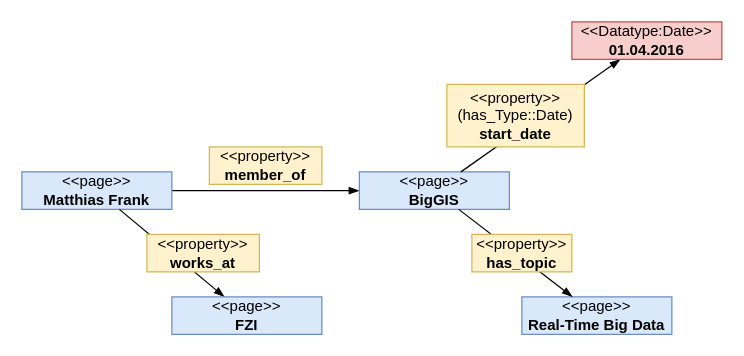
Earlier version of the draw.io diagram smw/skript/drawings/data_model_w_stereotypes.drawio (StefanZander/lecture_notes). Source tidied: cells renumbered, new cells numbered last; positions are measured from the earlier drawing's top-left corner, leaving out a move shared by most shapes. Both pictures are drawn from the tidied source at 125%, with x=0, y=0 at pixel (21, 21).
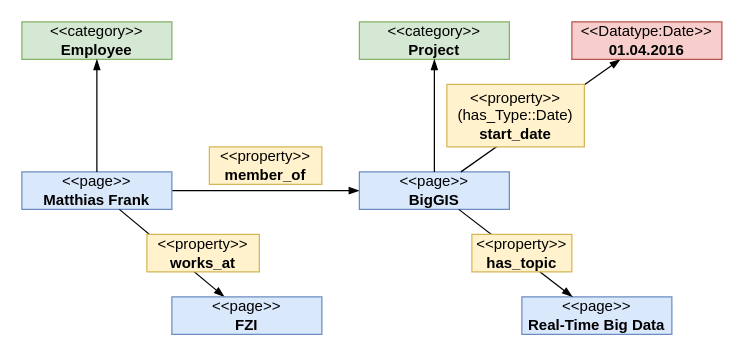
After the change.

Change to the diagram source:
```diff
@@
 <mxGraphModel>
   <root>
     <mxCell id="0" />
     <mxCell id="1" parent="0" />
     <mxCell id="2" style="edgeStyle=none;rounded=0;comic=0;jettySize=auto;html=1;endArrow=blockThin;endFill=1;strokeWidth=1;fontSize=12;fontColor=#0000FF;" parent="1" edge="1" source="3" target="4">
       <mxGeometry relative="1" as="geometry" />
     </mxCell>
     <mxCell id="3" value="&amp;lt;&amp;lt;page&amp;gt;&amp;gt;&lt;br&gt;&lt;b&gt;Matthias Frank&lt;/b&gt;" style="rounded=0;whiteSpace=wrap;html=1;shadow=0;glass=0;strokeColor=#6c8ebf;strokeWidth=1;fontSize=12;align=center;fillColor=#dae8fc;fontStyle=0;" parent="1" vertex="1">
       <mxGeometry y="120" width="120" height="30" as="geometry" />
     </mxCell>
     <mxCell id="4" value="&amp;lt;&amp;lt;page&amp;gt;&amp;gt;&lt;br&gt;&lt;b&gt;BigGIS&lt;/b&gt;" style="rounded=0;whiteSpace=wrap;html=1;shadow=0;glass=0;strokeColor=#6c8ebf;strokeWidth=1;fontSize=12;align=center;fillColor=#dae8fc;fontStyle=0;" parent="1" vertex="1">
       <mxGeometry x="270" y="120" width="120" height="30" as="geometry" />
     </mxCell>
     <mxCell id="5" value="&amp;lt;&amp;lt;property&amp;gt;&amp;gt;&lt;br&gt;&lt;b&gt;member_of&lt;/b&gt;" style="rounded=0;whiteSpace=wrap;html=1;shadow=0;glass=0;strokeColor=#d6b656;strokeWidth=1;fontSize=12;align=center;fillColor=#fff2cc;fontStyle=0;" parent="1" vertex="1">
       <mxGeometry x="150" y="100" width="90" height="30" as="geometry" />
     </mxCell>
     <mxCell id="6" style="edgeStyle=none;rounded=0;comic=0;jettySize=auto;html=1;endArrow=blockThin;endFill=1;strokeWidth=1;fontSize=12;fontColor=#0000FF;" parent="1" edge="1" source="3" target="8">
       <mxGeometry relative="1" as="geometry" />
     </mxCell>
     <mxCell id="7" value="&amp;lt;&amp;lt;property&amp;gt;&amp;gt;&lt;br&gt;&lt;b&gt;works_at&lt;/b&gt;" style="rounded=0;whiteSpace=wrap;html=1;shadow=0;glass=0;strokeColor=#d6b656;strokeWidth=1;fontSize=12;align=center;fillColor=#fff2cc;fontStyle=0;" parent="1" vertex="1">
       <mxGeometry x="100" y="170" width="90" height="30" as="geometry" />
     </mxCell>
     <mxCell id="8" value="&amp;lt;&amp;lt;page&amp;gt;&amp;gt;&lt;br&gt;&lt;b&gt;FZI&lt;/b&gt;" style="rounded=0;whiteSpace=wrap;html=1;shadow=0;glass=0;strokeColor=#6c8ebf;strokeWidth=1;fontSize=12;align=center;fillColor=#dae8fc;fontStyle=0;" parent="1" vertex="1">
       <mxGeometry x="120" y="220" width="120" height="30" as="geometry" />
     </mxCell>
     <mxCell id="9" value="&amp;lt;&amp;lt;page&amp;gt;&amp;gt;&lt;br&gt;&lt;b&gt;Real-Time Big Data&lt;/b&gt;" style="rounded=0;whiteSpace=wrap;html=1;shadow=0;glass=0;strokeColor=#6c8ebf;strokeWidth=1;fontSize=12;align=center;fillColor=#dae8fc;fontStyle=0;" parent="1" vertex="1">
       <mxGeometry x="400" y="220" width="120" height="30" as="geometry" />
     </mxCell>
     <mxCell id="10" style="edgeStyle=none;rounded=0;comic=0;jettySize=auto;html=1;endArrow=blockThin;endFill=1;strokeWidth=1;fontSize=12;fontColor=#0000FF;" parent="1" edge="1" source="4" target="12">
       <mxGeometry relative="1" as="geometry" />
     </mxCell>
     <mxCell id="11" style="edgeStyle=none;rounded=0;comic=0;jettySize=auto;html=1;endArrow=blockThin;endFill=1;strokeWidth=1;fontSize=12;fontColor=#0000FF;" parent="1" edge="1" source="4" target="9">
       <mxGeometry relative="1" as="geometry" />
     </mxCell>
     <mxCell id="12" value="&amp;lt;&amp;lt;Datatype:Date&amp;gt;&amp;gt;&lt;br&gt;&lt;b&gt;01.04.2016&lt;/b&gt;" style="rounded=0;whiteSpace=wrap;html=1;shadow=0;glass=0;strokeColor=#b85450;strokeWidth=1;fontSize=12;align=center;fillColor=#f8cecc;fontStyle=0;" parent="1" vertex="1">
       <mxGeometry x="440" width="120" height="30" as="geometry" />
     </mxCell>
     <mxCell id="13" value="&amp;lt;&amp;lt;property&amp;gt;&amp;gt; (has_Type::Date)&lt;br&gt;&lt;b&gt;start_date&lt;/b&gt;" style="rounded=0;whiteSpace=wrap;html=1;shadow=0;glass=0;strokeColor=#d6b656;strokeWidth=1;fontSize=12;align=center;fillColor=#fff2cc;fontStyle=0;" parent="1" vertex="1">
       <mxGeometry x="340" y="50" width="110" height="50" as="geometry" />
     </mxCell>
     <mxCell id="14" value="&amp;lt;&amp;lt;property&amp;gt;&amp;gt;&lt;br&gt;&lt;b&gt;has_topic&lt;/b&gt;" style="rounded=0;whiteSpace=wrap;html=1;shadow=0;glass=0;strokeColor=#d6b656;strokeWidth=1;fontSize=12;align=center;fillColor=#fff2cc;fontStyle=0;" parent="1" vertex="1">
       <mxGeometry x="360" y="170" width="80" height="30" as="geometry" />
     </mxCell>
+    <mxCell id="15" value="&amp;lt;&amp;lt;category&amp;gt;&amp;gt;&lt;br&gt;&lt;b&gt;Project&lt;/b&gt;" style="rounded=0;whiteSpace=wrap;html=1;shadow=0;glass=0;strokeColor=#82b366;strokeWidth=1;fontSize=12;align=center;fillColor=#d5e8d4;fontStyle=0;" parent="1" vertex="1">
+      <mxGeometry x="270" width="120" height="30" as="geometry" />
+    </mxCell>
+    <mxCell id="16" style="edgeStyle=none;rounded=0;comic=0;jettySize=auto;html=1;endArrow=blockThin;endFill=1;strokeWidth=1;fontSize=12;fontColor=#0000FF;" parent="1" edge="1" source="4" target="15">
+      <mxGeometry relative="1" as="geometry" />
+    </mxCell>
+    <mxCell id="17" value="&amp;lt;&amp;lt;category&amp;gt;&amp;gt;&lt;br&gt;&lt;b&gt;Employee&lt;br&gt;&lt;/b&gt;" style="rounded=0;whiteSpace=wrap;html=1;shadow=0;glass=0;strokeColor=#82b366;strokeWidth=1;fontSize=12;align=center;fillColor=#d5e8d4;fontStyle=0;" parent="1" vertex="1">
+      <mxGeometry width="120" height="30" as="geometry" />
+    </mxCell>
+    <mxCell id="18" style="edgeStyle=none;rounded=0;comic=0;jettySize=auto;html=1;endArrow=blockThin;endFill=1;strokeWidth=1;fontSize=12;fontColor=#0000FF;" parent="1" edge="1" source="3" target="17">
+      <mxGeometry relative="1" as="geometry" />
+    </mxCell>
   </root>
 </mxGraphModel>
```
